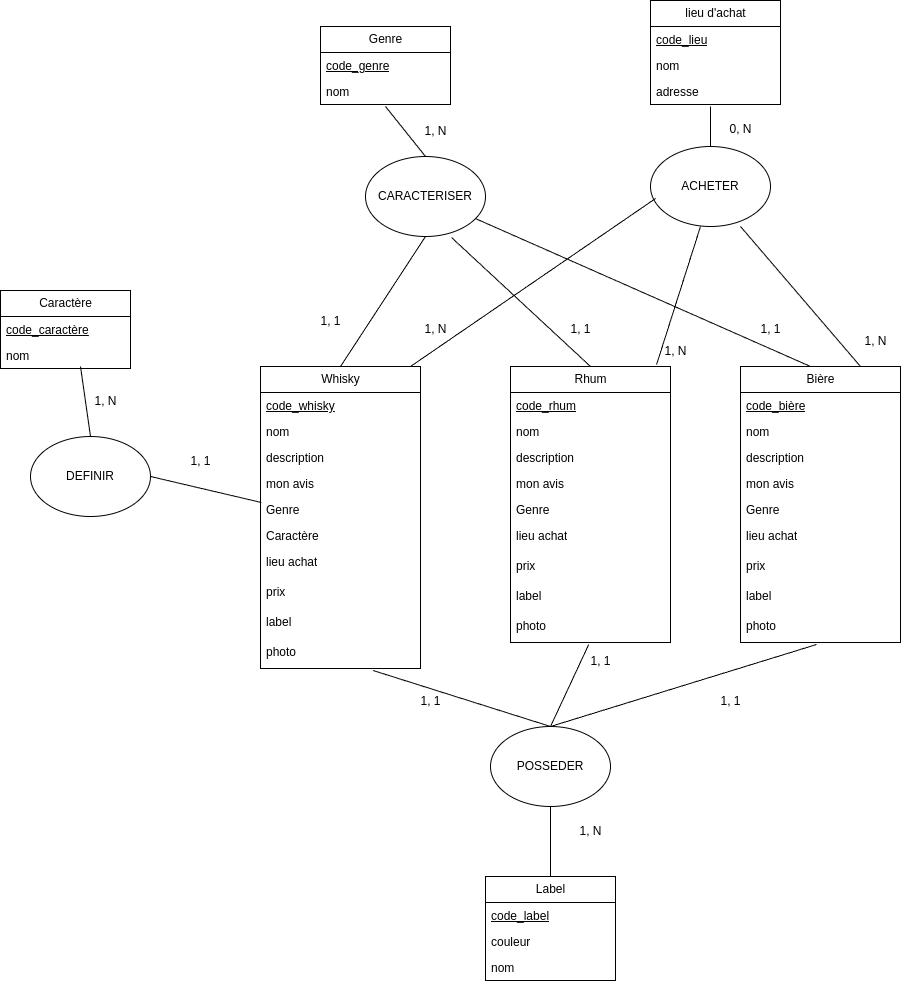
AnthonyMarcelin/SpiritsManagement-API keeps this draw.io diagram as Docs/mcd.drawio.png. Above is the earlier version. Source tidied: cells renumbered, new cells last; positions are measured from the earlier drawing's top-left corner, leaving out a move shared by most shapes.
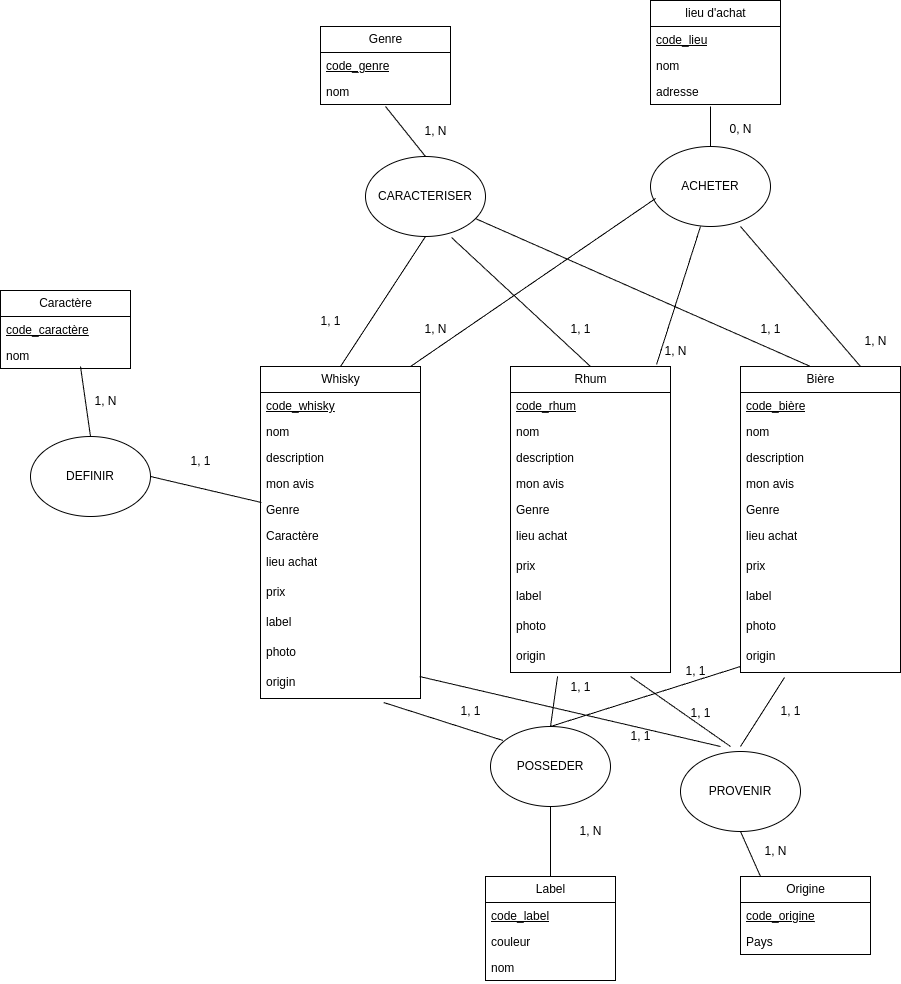
The same diagram one commit later.

Diff of the diagram source:
```diff
@@ -3,7 +3,7 @@
     <mxCell id="0" />
     <mxCell id="1" parent="0" />
     <mxCell id="2" value="Whisky" style="swimlane;fontStyle=0;horizontal=1;startSize=26;fillColor=none;html=1;" parent="1" vertex="1">
-      <mxGeometry x="260" y="366" width="160" height="302" as="geometry" />
+      <mxGeometry x="260" y="366" width="160" height="332" as="geometry" />
     </mxCell>
     <mxCell id="3" value="&lt;u&gt;code_whisky&lt;/u&gt;" style="text;strokeColor=none;fillColor=none;align=left;verticalAlign=top;spacingLeft=4;spacingRight=4;overflow=hidden;whiteSpace=wrap;html=1;" parent="2" vertex="1">
       <mxGeometry y="26" width="160" height="26" as="geometry" />
@@ -35,8 +35,11 @@
     <mxCell id="12" value="photo" style="text;strokeColor=none;fillColor=none;align=left;verticalAlign=top;spacingLeft=4;spacingRight=4;overflow=hidden;points=[[0,0.5],[1,0.5]];portConstraint=eastwest;whiteSpace=wrap;html=1;" parent="2" vertex="1">
       <mxGeometry y="272" width="160" height="30" as="geometry" />
     </mxCell>
+    <mxCell id="79" value="origin" style="text;strokeColor=none;fillColor=none;align=left;verticalAlign=top;spacingLeft=4;spacingRight=4;overflow=hidden;points=[[0,0.5],[1,0.5]];portConstraint=eastwest;whiteSpace=wrap;html=1;" parent="2" vertex="1">
+      <mxGeometry y="302" width="160" height="30" as="geometry" />
+    </mxCell>
     <mxCell id="13" value="Rhum" style="swimlane;fontStyle=0;horizontal=1;startSize=26;fillColor=none;html=1;" parent="1" vertex="1">
-      <mxGeometry x="510" y="366" width="160" height="276" as="geometry" />
+      <mxGeometry x="510" y="366" width="160" height="306" as="geometry" />
     </mxCell>
     <mxCell id="14" value="&lt;u&gt;code_rhum&lt;/u&gt;" style="text;strokeColor=none;fillColor=none;align=left;verticalAlign=top;spacingLeft=4;spacingRight=4;overflow=hidden;whiteSpace=wrap;html=1;" parent="13" vertex="1">
       <mxGeometry y="26" width="160" height="26" as="geometry" />
@@ -65,8 +68,11 @@
     <mxCell id="22" value="photo" style="text;strokeColor=none;fillColor=none;align=left;verticalAlign=top;spacingLeft=4;spacingRight=4;overflow=hidden;points=[[0,0.5],[1,0.5]];portConstraint=eastwest;whiteSpace=wrap;html=1;" parent="13" vertex="1">
       <mxGeometry y="246" width="160" height="30" as="geometry" />
     </mxCell>
+    <mxCell id="80" value="origin" style="text;strokeColor=none;fillColor=none;align=left;verticalAlign=top;spacingLeft=4;spacingRight=4;overflow=hidden;points=[[0,0.5],[1,0.5]];portConstraint=eastwest;whiteSpace=wrap;html=1;" parent="13" vertex="1">
+      <mxGeometry y="276" width="160" height="30" as="geometry" />
+    </mxCell>
     <mxCell id="23" value="Bière" style="swimlane;fontStyle=0;horizontal=1;startSize=26;fillColor=none;html=1;" parent="1" vertex="1">
-      <mxGeometry x="740" y="366" width="160" height="276" as="geometry" />
+      <mxGeometry x="740" y="366" width="160" height="306" as="geometry" />
     </mxCell>
     <mxCell id="24" value="&lt;u&gt;code_bière&lt;/u&gt;" style="text;strokeColor=none;fillColor=none;align=left;verticalAlign=top;spacingLeft=4;spacingRight=4;overflow=hidden;whiteSpace=wrap;html=1;" parent="23" vertex="1">
       <mxGeometry y="26" width="160" height="26" as="geometry" />
@@ -95,6 +101,9 @@
     <mxCell id="32" value="photo" style="text;strokeColor=none;fillColor=none;align=left;verticalAlign=top;spacingLeft=4;spacingRight=4;overflow=hidden;points=[[0,0.5],[1,0.5]];portConstraint=eastwest;whiteSpace=wrap;html=1;" parent="23" vertex="1">
       <mxGeometry y="246" width="160" height="30" as="geometry" />
     </mxCell>
+    <mxCell id="81" value="origin" style="text;strokeColor=none;fillColor=none;align=left;verticalAlign=top;spacingLeft=4;spacingRight=4;overflow=hidden;points=[[0,0.5],[1,0.5]];portConstraint=eastwest;whiteSpace=wrap;html=1;" parent="23" vertex="1">
+      <mxGeometry y="276" width="160" height="30" as="geometry" />
+    </mxCell>
     <mxCell id="33" value="Label" style="swimlane;fontStyle=0;horizontal=1;startSize=26;fillColor=none;html=1;" parent="1" vertex="1">
       <mxGeometry x="485" y="876" width="130" height="104" as="geometry" />
     </mxCell>
@@ -110,28 +119,27 @@
     <mxCell id="37" value="POSSEDER" style="ellipse;whiteSpace=wrap;html=1;" parent="1" vertex="1">
       <mxGeometry x="490" y="726" width="120" height="80" as="geometry" />
     </mxCell>
-    <mxCell id="38" style="endArrow=none;html=1;entryX=0.489;entryY=1.067;entryDx=0;entryDy=0;entryPerimeter=0;" parent="1" edge="1" target="22">
+    <mxCell id="38" style="endArrow=none;html=1;entryX=0.294;entryY=1.133;entryDx=0;entryDy=0;entryPerimeter=0;" parent="1" edge="1" target="80">
       <mxGeometry relative="1" as="geometry">
         <mxPoint x="550" y="726" as="sourcePoint" />
       </mxGeometry>
     </mxCell>
-    <mxCell id="39" style="endArrow=none;html=1;exitX=0.5;exitY=0;exitDx=0;exitDy=0;entryX=0.475;entryY=1.067;entryDx=0;entryDy=0;entryPerimeter=0;" parent="1" edge="1" source="37" target="32">
-      <mxGeometry relative="1" as="geometry" />
-    </mxCell>
-    <mxCell id="40" style="endArrow=none;html=1;entryX=0.704;entryY=1.067;entryDx=0;entryDy=0;entryPerimeter=0;exitX=0.5;exitY=0;exitDx=0;exitDy=0;" parent="1" edge="1" source="37" target="12">
-      <mxGeometry relative="1" as="geometry" />
+    <mxCell id="40" style="endArrow=none;html=1;entryX=0.769;entryY=1.133;entryDx=0;entryDy=0;entryPerimeter=0;exitX=0.5;exitY=0;exitDx=0;exitDy=0;" parent="1" edge="1" target="79">
+      <mxGeometry relative="1" as="geometry">
+        <mxPoint x="502.5" y="740" as="sourcePoint" />
+      </mxGeometry>
     </mxCell>
     <mxCell id="41" style="endArrow=none;html=1;exitX=0.5;exitY=0;exitDx=0;exitDy=0;entryX=0.5;entryY=1;entryDx=0;entryDy=0;" parent="1" edge="1" source="33" target="37">
       <mxGeometry relative="1" as="geometry" />
     </mxCell>
     <mxCell id="42" value="1, 1" style="text;html=1;align=center;verticalAlign=middle;strokeColor=none;fillColor=none;" parent="1" vertex="1">
-      <mxGeometry x="410" y="686" width="40" height="30" as="geometry" />
+      <mxGeometry x="450" y="696" width="40" height="30" as="geometry" />
     </mxCell>
     <mxCell id="43" value="1, 1" style="text;html=1;align=center;verticalAlign=middle;strokeColor=none;fillColor=none;" parent="1" vertex="1">
-      <mxGeometry x="580" y="646" width="40" height="30" as="geometry" />
+      <mxGeometry x="560" y="672" width="40" height="30" as="geometry" />
     </mxCell>
     <mxCell id="44" value="1, 1" style="text;html=1;align=center;verticalAlign=middle;strokeColor=none;fillColor=none;" parent="1" vertex="1">
-      <mxGeometry x="710" y="686" width="40" height="30" as="geometry" />
+      <mxGeometry x="680" y="698" width="40" height="30" as="geometry" />
     </mxCell>
     <mxCell id="45" value="1, N" style="text;html=1;align=center;verticalAlign=middle;strokeColor=none;fillColor=none;" parent="1" vertex="1">
       <mxGeometry x="565" y="816" width="50" height="30" as="geometry" />
@@ -249,5 +257,52 @@
     <mxCell id="78" value="1, 1" style="text;html=1;align=center;verticalAlign=middle;strokeColor=none;fillColor=none;" parent="1" vertex="1">
       <mxGeometry x="180" y="446" width="40" height="30" as="geometry" />
     </mxCell>
+    <mxCell id="82" value="Origine" style="swimlane;fontStyle=0;horizontal=1;startSize=26;fillColor=none;html=1;" parent="1" vertex="1">
+      <mxGeometry x="740" y="876" width="130" height="78" as="geometry" />
+    </mxCell>
+    <mxCell id="83" value="&lt;u&gt;code_origine&lt;/u&gt;" style="text;strokeColor=none;fillColor=none;align=left;verticalAlign=top;spacingLeft=4;spacingRight=4;overflow=hidden;whiteSpace=wrap;html=1;" parent="82" vertex="1">
+      <mxGeometry y="26" width="130" height="26" as="geometry" />
+    </mxCell>
+    <mxCell id="84" value="Pays" style="text;strokeColor=none;fillColor=none;align=left;verticalAlign=top;spacingLeft=4;spacingRight=4;overflow=hidden;whiteSpace=wrap;html=1;" parent="82" vertex="1">
+      <mxGeometry y="52" width="130" height="26" as="geometry" />
+    </mxCell>
+    <mxCell id="85" value="PROVENIR" style="ellipse;whiteSpace=wrap;html=1;" parent="1" vertex="1">
+      <mxGeometry x="680" y="751" width="120" height="80" as="geometry" />
+    </mxCell>
+    <mxCell id="86" style="endArrow=none;html=1;entryX=0.5;entryY=1;entryDx=0;entryDy=0;" parent="1" edge="1" target="85">
+      <mxGeometry relative="1" as="geometry">
+        <mxPoint x="760" y="876" as="sourcePoint" />
+      </mxGeometry>
+    </mxCell>
+    <mxCell id="87" style="endArrow=none;html=1;entryX=0.275;entryY=1.167;entryDx=0;entryDy=0;entryPerimeter=0;" parent="1" edge="1" target="81">
+      <mxGeometry relative="1" as="geometry">
+        <mxPoint x="740" y="746" as="sourcePoint" />
+      </mxGeometry>
+    </mxCell>
+    <mxCell id="88" style="endArrow=none;html=1;entryX=0.75;entryY=1.133;entryDx=0;entryDy=0;entryPerimeter=0;" parent="1" edge="1" target="80">
+      <mxGeometry relative="1" as="geometry">
+        <mxPoint x="730" y="746" as="sourcePoint" />
+      </mxGeometry>
+    </mxCell>
+    <mxCell id="89" style="endArrow=none;html=1;entryX=0.994;entryY=0.267;entryDx=0;entryDy=0;entryPerimeter=0;" parent="1" edge="1" target="79">
+      <mxGeometry relative="1" as="geometry">
+        <mxPoint x="720" y="746" as="sourcePoint" />
+      </mxGeometry>
+    </mxCell>
+    <mxCell id="90" value="1, 1" style="text;html=1;align=center;verticalAlign=middle;strokeColor=none;fillColor=none;" parent="1" vertex="1">
+      <mxGeometry x="770" y="696" width="40" height="30" as="geometry" />
+    </mxCell>
+    <mxCell id="91" value="1, 1" style="text;html=1;align=center;verticalAlign=middle;strokeColor=none;fillColor=none;" parent="1" vertex="1">
+      <mxGeometry x="620" y="721" width="40" height="30" as="geometry" />
+    </mxCell>
+    <mxCell id="92" style="endArrow=none;html=1;exitX=0.5;exitY=0;exitDx=0;exitDy=0;entryX=0;entryY=0.8;entryDx=0;entryDy=0;entryPerimeter=0;" parent="1" edge="1" source="37" target="81">
+      <mxGeometry relative="1" as="geometry" />
+    </mxCell>
+    <mxCell id="93" value="1, 1" style="text;html=1;align=center;verticalAlign=middle;strokeColor=none;fillColor=none;" parent="1" vertex="1">
+      <mxGeometry x="675" y="656" width="40" height="30" as="geometry" />
+    </mxCell>
+    <mxCell id="94" value="1, N" style="text;html=1;align=center;verticalAlign=middle;strokeColor=none;fillColor=none;" parent="1" vertex="1">
+      <mxGeometry x="750" y="836" width="50" height="30" as="geometry" />
+    </mxCell>
   </root>
 </mxGraphModel>
```
